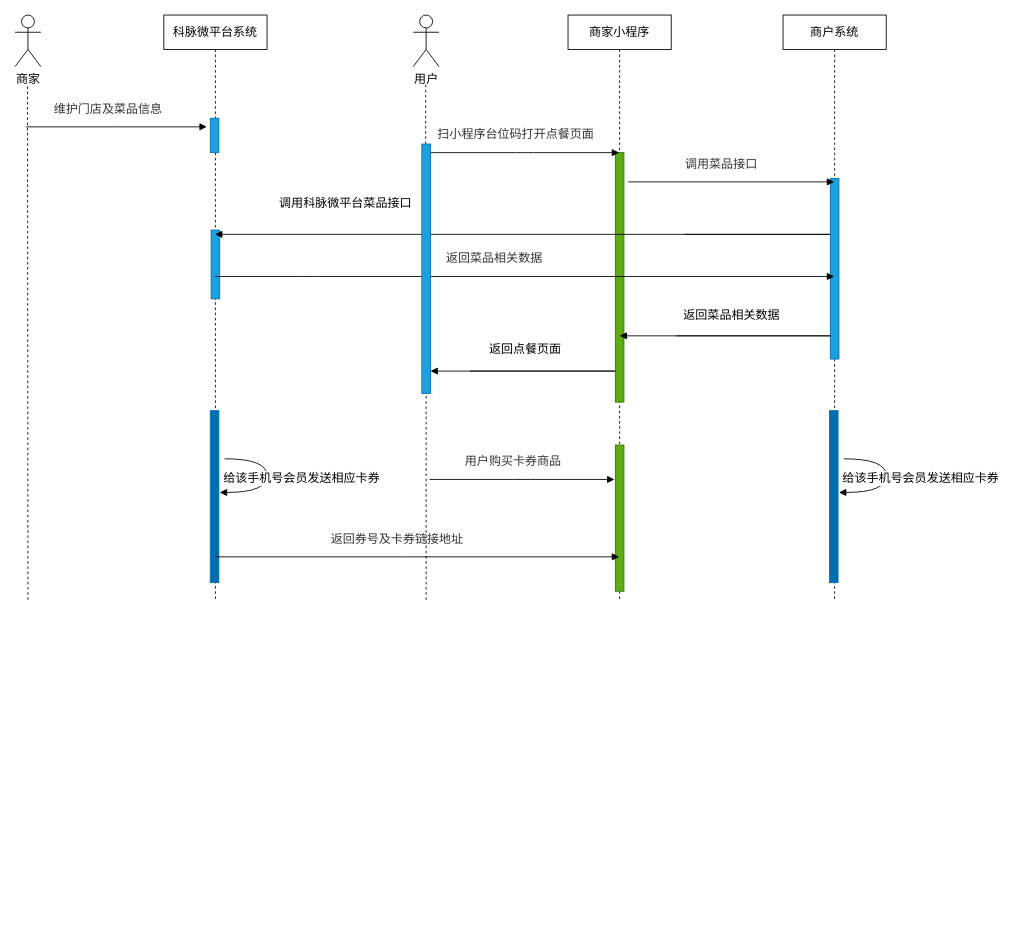
noobwu/diagrams keeps this draw.io diagram as Kemai/第三方对接科脉微平台流程图.drawio. Above is the earlier version. Source tidied: cells renumbered, new cells numbered last; positions are measured from the earlier drawing's top-left corner, leaving out a move shared by most shapes. Both pictures are drawn from the tidied source at 86%, with x=0, y=0 at pixel (15, 15).
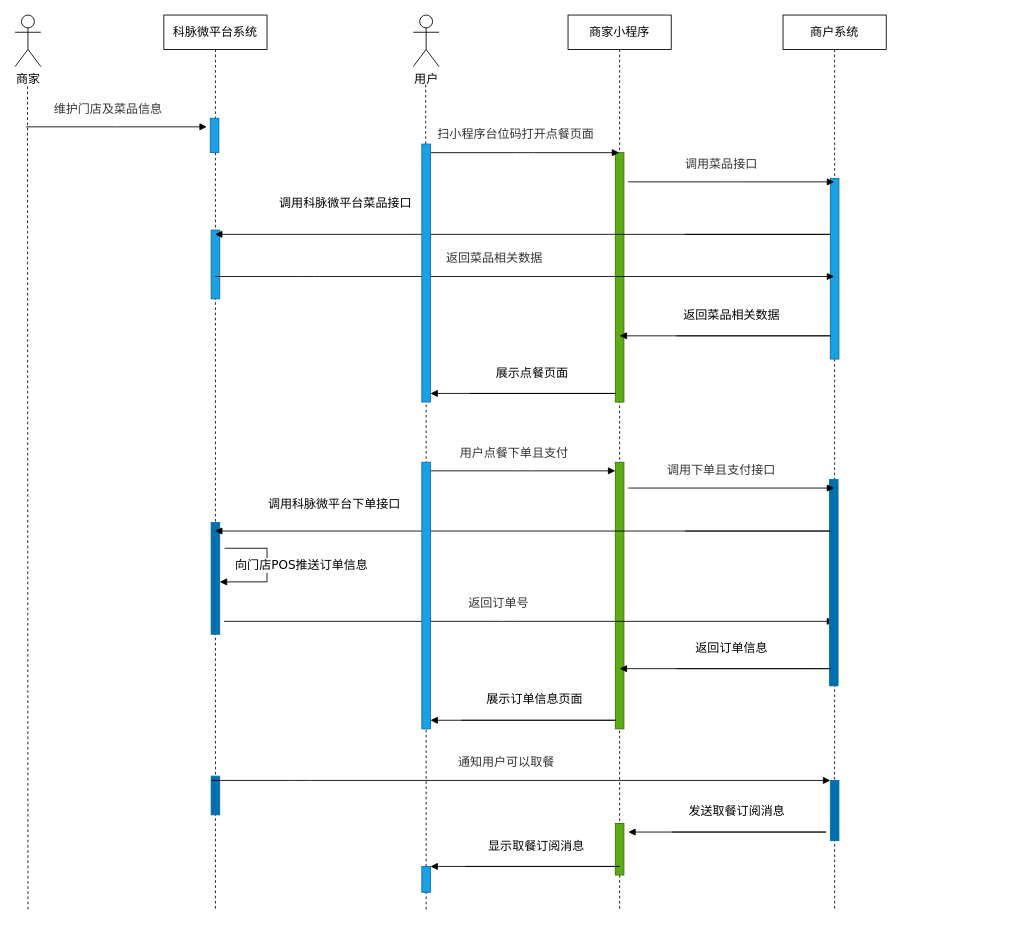
The same page after the edit.

Commit message:
更新第三方对接科脉微平台流程图.drawio

Change to the diagram source:
```diff
@@
     <mxCell id="3" value="商家小程序" style="shape=umlLifeline;perimeter=lifelinePerimeter;whiteSpace=wrap;html=1;outlineConnect=0;fontSize=14;" parent="1" vertex="1">
-      <mxGeometry x="643" width="120" height="680" as="geometry" />
+      <mxGeometry x="643" width="120" height="1040" as="geometry" />
     </mxCell>
@@
     <mxCell id="5" style="html=1;perimeter=orthogonalPerimeter;fillColor=#60a917;strokeColor=#2D7600;fontColor=#ffffff;" parent="3" vertex="1">
-      <mxGeometry x="55" y="500" width="10" height="170" as="geometry" />
+      <mxGeometry x="55" y="520" width="10" height="310" as="geometry" />
     </mxCell>
+    <mxCell id="29" style="html=1;perimeter=orthogonalPerimeter;fillColor=#60a917;strokeColor=#2D7600;fontColor=#ffffff;" parent="3" vertex="1">
+      <mxGeometry x="55" y="940" width="10" height="60" as="geometry" />
+    </mxCell>
     <mxCell id="6" value="&lt;font style=&quot;font-size: 14px&quot;&gt;科脉微平台系统&lt;/font&gt;" style="shape=umlLifeline;perimeter=lifelinePerimeter;whiteSpace=wrap;html=1;outlineConnect=0;" parent="1" vertex="1">
-      <mxGeometry x="173" width="120" height="680" as="geometry" />
+      <mxGeometry x="173" width="120" height="1040" as="geometry" />
     </mxCell>
@@
     <mxCell id="8" style="html=1;perimeter=orthogonalPerimeter;rounded=0;shadow=0;comic=0;labelBackgroundColor=none;strokeColor=#006EAF;strokeWidth=1;fontFamily=Verdana;fontSize=12;fontColor=#ffffff;align=center;fillColor=#006EAF;" parent="6" vertex="1">
-      <mxGeometry x="54" y="460" width="10" height="200" as="geometry" />
+      <mxGeometry x="55" y="590" width="10" height="130" as="geometry" />
     </mxCell>
-    <mxCell id="9" value="&lt;span style=&quot;font-size: 14px&quot;&gt;给该手机号会员发送相应卡券&lt;/span&gt;" style="html=1;verticalAlign=bottom;endArrow=block;labelBackgroundColor=#ffffff;fontFamily=Verdana;fontSize=12;elbow=vertical;edgeStyle=orthogonalEdgeStyle;curved=1;exitX=1.066;exitY=0.713;exitPerimeter=0;" parent="6" edge="1">
-      <mxGeometry x="0.16" y="40" relative="1" as="geometry">
-        <mxPoint x="70.7" y="516" as="sourcePoint" />
-        <mxPoint x="65" y="555.1" as="targetPoint" />
-        <Array as="points">
-          <mxPoint x="120" y="516.1" />
-          <mxPoint x="120" y="555.1" />
-        </Array>
-      </mxGeometry>
-    </mxCell>
@@
+    <mxCell id="30" style="html=1;perimeter=orthogonalPerimeter;rounded=0;shadow=0;comic=0;labelBackgroundColor=none;strokeColor=#006EAF;strokeWidth=1;fontFamily=Verdana;fontSize=12;fontColor=#ffffff;align=center;fillColor=#006EAF;" parent="6" vertex="1">
+      <mxGeometry x="55" y="885" width="10" height="45" as="geometry" />
+    </mxCell>
     <mxCell id="11" style="endArrow=none;dashed=1;html=1;" parent="1" edge="1">
       <mxGeometry relative="1" as="geometry">
-        <mxPoint x="15" y="680" as="sourcePoint" />
+        <mxPoint x="15" y="1040" as="sourcePoint" />
         <mxPoint x="14.5" y="80" as="targetPoint" />
       </mxGeometry>
     </mxCell>
@@
-    <mxCell id="16" value="&lt;div style=&quot;text-align: left; font-size: 14px;&quot;&gt;&lt;font color=&quot;#333333&quot; style=&quot;font-size: 14px;&quot;&gt;&lt;span style=&quot;font-size: 14px&quot;&gt;用户购买卡券商品&lt;/span&gt;&lt;/font&gt;&lt;/div&gt;" style="html=1;verticalAlign=bottom;endArrow=block;labelBackgroundColor=none;fontFamily=Verdana;fontSize=14;edgeStyle=elbowEdgeStyle;elbow=vertical;" parent="1" edge="1">
+    <mxCell id="16" value="&lt;div style=&quot;text-align: left ; font-size: 14px&quot;&gt;&lt;font color=&quot;#333333&quot;&gt;用户点餐下单且支付&lt;/font&gt;&lt;/div&gt;" style="html=1;verticalAlign=bottom;endArrow=block;labelBackgroundColor=none;fontFamily=Verdana;fontSize=14;edgeStyle=elbowEdgeStyle;elbow=vertical;" parent="1" edge="1">
       <mxGeometry x="-0.1" y="10" relative="1" as="geometry">
-        <mxPoint x="482" y="540" as="sourcePoint" />
-        <mxPoint x="697" y="540" as="targetPoint" />
+        <mxPoint x="483" y="530" as="sourcePoint" />
+        <mxPoint x="698" y="530" as="targetPoint" />
       </mxGeometry>
     </mxCell>
@@
-    <mxCell id="18" value="&lt;div style=&quot;text-align: left ; font-size: 14px&quot;&gt;&lt;font color=&quot;#333333&quot;&gt;返回券号及卡券链接地址&lt;/font&gt;&lt;/div&gt;" style="html=1;verticalAlign=bottom;endArrow=block;labelBackgroundColor=none;fontFamily=Verdana;fontSize=14;edgeStyle=elbowEdgeStyle;elbow=vertical;" parent="1" edge="1" target="3">
+    <mxCell id="18" value="&lt;div style=&quot;text-align: left ; font-size: 14px&quot;&gt;&lt;font color=&quot;#333333&quot;&gt;返回订单号&lt;/font&gt;&lt;/div&gt;" style="html=1;verticalAlign=bottom;endArrow=block;labelBackgroundColor=none;fontFamily=Verdana;fontSize=14;edgeStyle=elbowEdgeStyle;elbow=vertical;" parent="1" edge="1" target="19">
       <mxGeometry x="-0.1" y="10" relative="1" as="geometry">
-        <mxPoint x="233" y="630" as="sourcePoint" />
+        <mxPoint x="243" y="705" as="sourcePoint" />
       </mxGeometry>
     </mxCell>
     <mxCell id="19" value="&lt;span style=&quot;font-size: 14px&quot;&gt;商户系统&lt;/span&gt;" style="shape=umlLifeline;perimeter=lifelinePerimeter;whiteSpace=wrap;html=1;outlineConnect=0;" parent="1" vertex="1">
-      <mxGeometry x="893" width="120" height="680" as="geometry" />
+      <mxGeometry x="893" width="120" height="1040" as="geometry" />
     </mxCell>
@@
     <mxCell id="21" style="html=1;perimeter=orthogonalPerimeter;rounded=0;shadow=0;comic=0;labelBackgroundColor=none;strokeColor=#006EAF;strokeWidth=1;fontFamily=Verdana;fontSize=12;fontColor=#ffffff;align=center;fillColor=#006EAF;" parent="19" vertex="1">
-      <mxGeometry x="54" y="460" width="10" height="200" as="geometry" />
+      <mxGeometry x="54" y="540" width="10" height="240" as="geometry" />
     </mxCell>
-    <mxCell id="22" value="&lt;span style=&quot;font-size: 14px&quot;&gt;给该手机号会员发送相应卡券&lt;/span&gt;" style="html=1;verticalAlign=bottom;endArrow=block;labelBackgroundColor=#ffffff;fontFamily=Verdana;fontSize=12;elbow=vertical;edgeStyle=orthogonalEdgeStyle;curved=1;exitX=1.066;exitY=0.713;exitPerimeter=0;" parent="19" edge="1">
-      <mxGeometry x="0.16" y="40" relative="1" as="geometry">
-        <mxPoint x="70.7" y="516" as="sourcePoint" />
-        <mxPoint x="65" y="555.1" as="targetPoint" />
-        <Array as="points">
-          <mxPoint x="120" y="516.1" />
-          <mxPoint x="120" y="555.1" />
-        </Array>
-      </mxGeometry>
-    </mxCell>
@@
     <mxCell id="25" style="html=1;points=[];perimeter=orthogonalPerimeter;fillColor=#1ba1e2;strokeColor=#006EAF;fontColor=#ffffff;" parent="1" vertex="1">
-      <mxGeometry x="473" y="150" width="10" height="290" as="geometry" />
+      <mxGeometry x="473" y="150" width="10" height="300" as="geometry" />
     </mxCell>
-    <mxCell id="26" style="endArrow=none;dashed=1;html=1;" parent="1" edge="1" target="25">
-      <mxGeometry relative="1" as="geometry">
-        <mxPoint x="478" y="680" as="sourcePoint" />
-      </mxGeometry>
+    <mxCell id="26" style="endArrow=none;dashed=1;html=1;startArrow=none;" parent="1" edge="1" source="40" target="25">
+      <mxGeometry relative="1" as="geometry" />
     </mxCell>
@@
-    <mxCell id="28" value="&lt;div style=&quot;text-align: left ; font-size: 14px&quot;&gt;返回点餐页面&lt;/div&gt;" style="html=1;verticalAlign=bottom;endArrow=block;labelBackgroundColor=none;fontFamily=Verdana;fontSize=14;edgeStyle=elbowEdgeStyle;elbow=vertical;" parent="1" edge="1">
-      <mxGeometry x="0.44" y="-14" relative="1" as="geometry">
-        <mxPoint x="529" y="414" as="sourcePoint" />
-        <mxPoint x="483" y="414" as="targetPoint" />
+    <mxCell id="28" value="&lt;div style=&quot;text-align: left ; font-size: 14px&quot;&gt;调用科脉微平台下单接口&lt;/div&gt;" style="html=1;verticalAlign=bottom;endArrow=block;labelBackgroundColor=none;fontFamily=Verdana;fontSize=14;edgeStyle=elbowEdgeStyle;elbow=vertical;" parent="1" edge="1" target="6">
+      <mxGeometry x="0.69" y="-20" relative="1" as="geometry">
+        <mxPoint x="779" y="600" as="sourcePoint" />
         <Array as="points">
-          <mxPoint x="703" y="414" />
+          <mxPoint x="953" y="600" />
         </Array>
       </mxGeometry>
     </mxCell>
+    <mxCell id="31" value="&lt;div style=&quot;text-align: left ; font-size: 14px&quot;&gt;&lt;font color=&quot;#333333&quot;&gt;调用下单且支付接口&lt;/font&gt;&lt;/div&gt;" style="html=1;verticalAlign=bottom;endArrow=block;labelBackgroundColor=none;fontFamily=Verdana;fontSize=14;edgeStyle=elbowEdgeStyle;elbow=vertical;" parent="1" edge="1" target="19">
+      <mxGeometry x="-0.1" y="10" relative="1" as="geometry">
+        <mxPoint x="713" y="550" as="sourcePoint" />
+      </mxGeometry>
+    </mxCell>
+    <mxCell id="32" value="&lt;span style=&quot;font-size: 14px&quot;&gt;向门店POS推送订单信息&lt;/span&gt;" style="html=1;verticalAlign=bottom;endArrow=block;labelBackgroundColor=#ffffff;fontFamily=Verdana;fontSize=12;elbow=vertical;edgeStyle=orthogonalEdgeStyle;exitX=1.066;exitY=0.713;exitPerimeter=0;rounded=0;" parent="1" edge="1">
+      <mxGeometry x="0.11" y="40" relative="1" as="geometry">
+        <mxPoint x="243.7" y="620" as="sourcePoint" />
+        <mxPoint x="238" y="659.1" as="targetPoint" />
+        <Array as="points">
+          <mxPoint x="293" y="620.1" />
+          <mxPoint x="293" y="659.1" />
+        </Array>
+      </mxGeometry>
+    </mxCell>
+    <mxCell id="33" value="&lt;div style=&quot;text-align: left ; font-size: 14px&quot;&gt;返回订单信息&lt;/div&gt;" style="html=1;verticalAlign=bottom;endArrow=block;labelBackgroundColor=none;fontFamily=Verdana;fontSize=14;edgeStyle=elbowEdgeStyle;elbow=vertical;" parent="1" edge="1">
+      <mxGeometry x="0.4" y="-13" relative="1" as="geometry">
+        <mxPoint x="769" y="760" as="sourcePoint" />
+        <mxPoint x="703" y="760" as="targetPoint" />
+        <Array as="points">
+          <mxPoint x="953.5" y="760" />
+        </Array>
+      </mxGeometry>
+    </mxCell>
+    <mxCell id="34" value="&lt;div style=&quot;text-align: left ; font-size: 14px&quot;&gt;展示订单信息页面&lt;/div&gt;" style="html=1;verticalAlign=bottom;endArrow=block;labelBackgroundColor=none;fontFamily=Verdana;fontSize=14;edgeStyle=elbowEdgeStyle;elbow=vertical;" parent="1" edge="1">
+      <mxGeometry x="0.4" y="-13" relative="1" as="geometry">
+        <mxPoint x="519" y="820" as="sourcePoint" />
+        <mxPoint x="483" y="820" as="targetPoint" />
+        <Array as="points">
+          <mxPoint x="703.5" y="820" />
+        </Array>
+      </mxGeometry>
+    </mxCell>
+    <mxCell id="35" value="&lt;div style=&quot;text-align: left ; font-size: 14px&quot;&gt;展示点餐页面&lt;/div&gt;" style="html=1;verticalAlign=bottom;endArrow=block;labelBackgroundColor=none;fontFamily=Verdana;fontSize=14;edgeStyle=elbowEdgeStyle;elbow=vertical;" parent="1" edge="1">
+      <mxGeometry x="0.4" y="-13" relative="1" as="geometry">
+        <mxPoint x="529" y="440" as="sourcePoint" />
+        <mxPoint x="483" y="440" as="targetPoint" />
+        <Array as="points">
+          <mxPoint x="703" y="440" />
+        </Array>
+      </mxGeometry>
+    </mxCell>
+    <mxCell id="36" style="html=1;perimeter=orthogonalPerimeter;fillColor=#1ba1e2;strokeColor=#006EAF;fontColor=#ffffff;" parent="1" vertex="1">
+      <mxGeometry x="473" y="520" width="10" height="310" as="geometry" />
+    </mxCell>
+    <mxCell id="37" value="&lt;div style=&quot;text-align: left&quot;&gt;&lt;font color=&quot;#333333&quot;&gt;&lt;span style=&quot;font-size: 14px&quot;&gt;通知用户可以取餐&lt;/span&gt;&lt;/font&gt;&lt;/div&gt;" style="html=1;verticalAlign=bottom;endArrow=block;labelBackgroundColor=none;fontFamily=Verdana;fontSize=12;edgeStyle=elbowEdgeStyle;elbow=vertical;" parent="1" edge="1">
+      <mxGeometry x="-0.05" y="10" relative="1" as="geometry">
+        <mxPoint x="228.5" y="890" as="sourcePoint" />
+        <mxPoint x="948" y="890" as="targetPoint" />
+        <Array as="points">
+          <mxPoint x="333.5" y="890" />
+        </Array>
+      </mxGeometry>
+    </mxCell>
+    <mxCell id="38" style="html=1;perimeter=orthogonalPerimeter;rounded=0;shadow=0;comic=0;labelBackgroundColor=none;strokeColor=#006EAF;strokeWidth=1;fontFamily=Verdana;fontSize=12;fontColor=#ffffff;align=center;fillColor=#006EAF;" parent="1" vertex="1">
+      <mxGeometry x="948" y="890" width="10" height="70" as="geometry" />
+    </mxCell>
+    <mxCell id="39" value="&lt;div style=&quot;text-align: left ; font-size: 14px&quot;&gt;发送取餐订阅消息&lt;/div&gt;" style="html=1;verticalAlign=bottom;endArrow=block;labelBackgroundColor=none;fontFamily=Verdana;fontSize=14;edgeStyle=elbowEdgeStyle;elbow=vertical;" parent="1" edge="1">
+      <mxGeometry x="0.4" y="-13" relative="1" as="geometry">
+        <mxPoint x="763.5" y="950" as="sourcePoint" />
+        <mxPoint x="713" y="950" as="targetPoint" />
+        <Array as="points">
+          <mxPoint x="948" y="950" />
+        </Array>
+      </mxGeometry>
+    </mxCell>
+    <mxCell id="40" style="html=1;points=[];perimeter=orthogonalPerimeter;fillColor=#1ba1e2;strokeColor=#006EAF;fontColor=#ffffff;" parent="1" vertex="1">
+      <mxGeometry x="473" y="990" width="10" height="30" as="geometry" />
+    </mxCell>
+    <mxCell id="41" style="endArrow=none;dashed=1;html=1;startArrow=none;" parent="1" edge="1" target="40">
+      <mxGeometry relative="1" as="geometry">
+        <mxPoint x="478" y="1040" as="sourcePoint" />
+      </mxGeometry>
+    </mxCell>
+    <mxCell id="42" value="&lt;div style=&quot;text-align: left ; font-size: 14px&quot;&gt;显示取餐订阅消息&lt;/div&gt;" style="html=1;verticalAlign=bottom;endArrow=block;labelBackgroundColor=none;fontFamily=Verdana;fontSize=14;edgeStyle=elbowEdgeStyle;elbow=vertical;" parent="1" edge="1">
+      <mxGeometry x="0.4" y="-13" relative="1" as="geometry">
+        <mxPoint x="523.5" y="990" as="sourcePoint" />
+        <mxPoint x="483" y="990" as="targetPoint" />
+        <Array as="points">
+          <mxPoint x="708" y="990" />
+        </Array>
+      </mxGeometry>
+    </mxCell>
```
